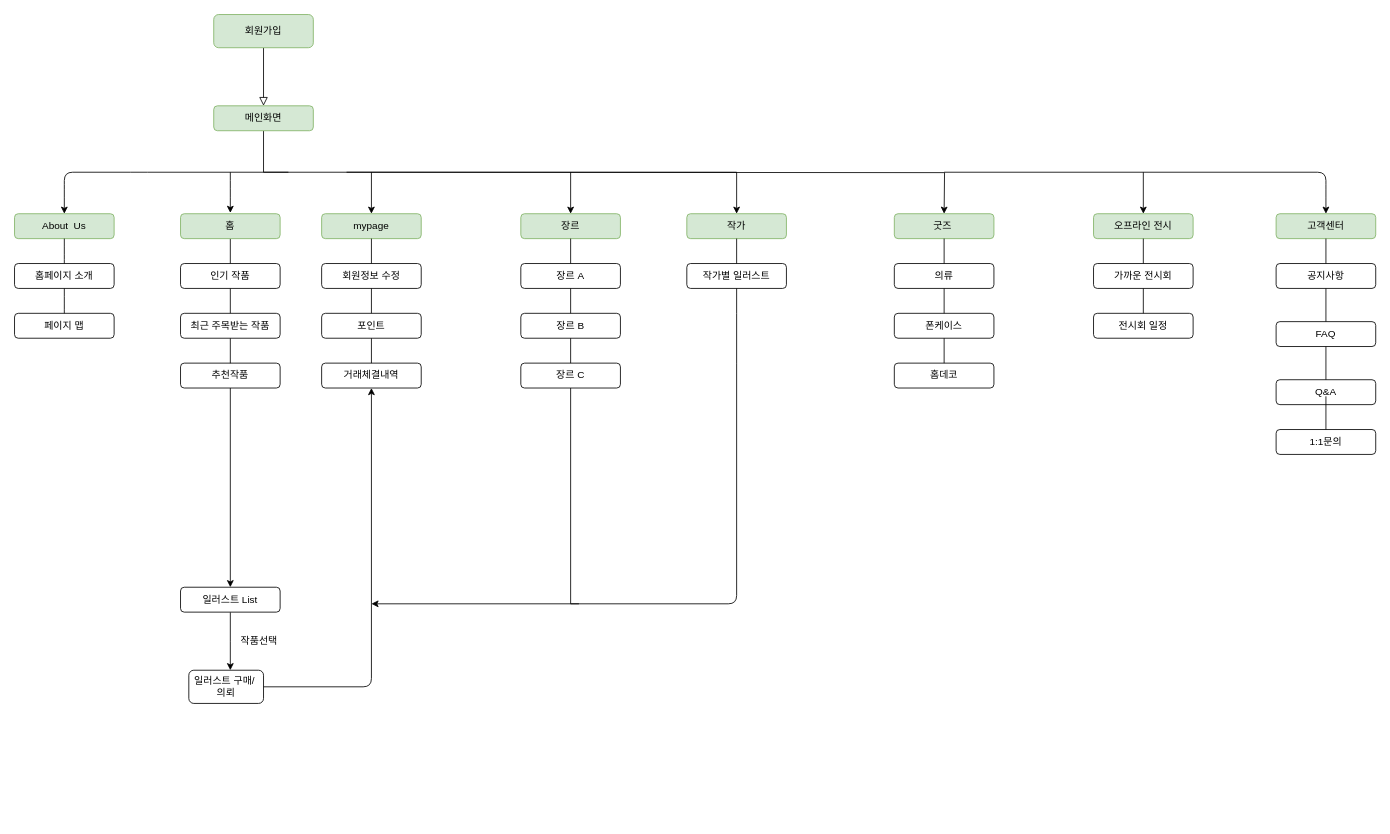
This is 일러스트거래웹flowchart01.drawio from hek316/temp, a draw.io file, before an edit. Source tidied: cells renumbered, new cells numbered last; positions are measured from the earlier drawing's top-left corner, leaving out a move shared by most shapes. Both pictures are drawn from the tidied source at 83%, with x=0, y=0 at pixel (14, 14).
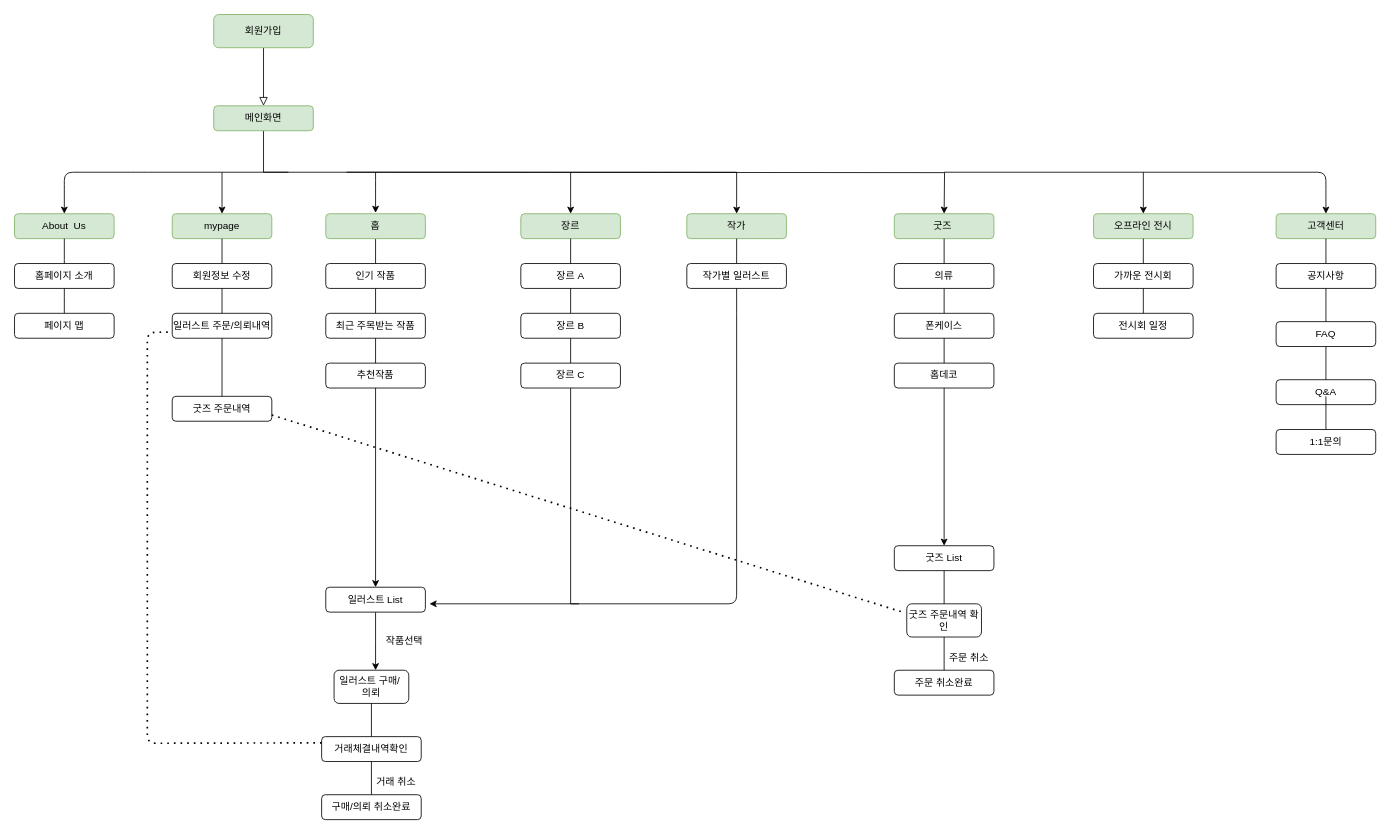
The same page after the edit.

Commit message:
Update 일러스트거래웹flowchart01.drawio

What changed in the source:
```diff
@@
     <mxCell id="10" value="홈" style="rounded=1;whiteSpace=wrap;html=1;fontSize=12;glass=0;strokeWidth=1;shadow=0;fillColor=#d5e8d4;strokeColor=#82b366;" parent="1" vertex="1">
-      <mxGeometry x="200" y="240" width="120" height="30" as="geometry" />
+      <mxGeometry x="375" y="240" width="120" height="30" as="geometry" />
     </mxCell>
@@
     <mxCell id="12" style="endArrow=classic;html=1;" parent="1" edge="1">
       <mxGeometry relative="1" as="geometry">
-        <mxPoint x="430" y="190" as="sourcePoint" />
-        <mxPoint x="430" y="240" as="targetPoint" />
+        <mxPoint x="250" y="190" as="sourcePoint" />
+        <mxPoint x="250" y="240" as="targetPoint" />
       </mxGeometry>
     </mxCell>
     <mxCell id="13" value="mypage" style="rounded=1;whiteSpace=wrap;html=1;fontSize=12;glass=0;strokeWidth=1;shadow=0;fillColor=#d5e8d4;strokeColor=#82b366;" parent="1" vertex="1">
-      <mxGeometry x="370" y="240" width="120" height="30" as="geometry" />
+      <mxGeometry x="190" y="240" width="120" height="30" as="geometry" />
     </mxCell>
     <mxCell id="14" style="edgeStyle=orthogonalEdgeStyle;rounded=0;jettySize=auto;html=1;" parent="1" edge="1" source="15">
       <mxGeometry relative="1" as="geometry">
-        <mxPoint x="260" y="790" as="targetPoint" />
+        <mxPoint x="435" y="790" as="targetPoint" />
       </mxGeometry>
     </mxCell>
     <mxCell id="15" value="일러스트 List" style="rounded=1;whiteSpace=wrap;html=1;fontSize=12;glass=0;strokeWidth=1;shadow=0;" parent="1" vertex="1">
-      <mxGeometry x="200" y="690" width="120" height="30" as="geometry" />
+      <mxGeometry x="375" y="690" width="120" height="30" as="geometry" />
     </mxCell>
-    <mxCell id="16" style="endArrow=none;html=1;" parent="1" edge="1">
-      <mxGeometry relative="1" as="geometry">
-        <mxPoint x="430" y="310" as="sourcePoint" />
-        <mxPoint x="430" y="270" as="targetPoint" />
-      </mxGeometry>
-    </mxCell>
     <mxCell id="17" value="회원정보 수정" style="rounded=1;whiteSpace=wrap;html=1;fontSize=12;glass=0;strokeWidth=1;shadow=0;" parent="1" vertex="1">
-      <mxGeometry x="370" y="300" width="120" height="30" as="geometry" />
+      <mxGeometry x="190" y="300" width="120" height="30" as="geometry" />
     </mxCell>
-    <mxCell id="18" value="거래체결내역" style="rounded=1;whiteSpace=wrap;html=1;fontSize=12;glass=0;strokeWidth=1;shadow=0;" parent="1" vertex="1">
-      <mxGeometry x="370" y="420" width="120" height="30" as="geometry" />
-    </mxCell>
-    <mxCell id="19" style="endArrow=none;html=1;entryX=0.5;entryY=1;entryDx=0;entryDy=0;exitX=0.5;exitY=0;exitDx=0;exitDy=0;" parent="1" edge="1" source="18" target="17">
-      <mxGeometry relative="1" as="geometry" />
-    </mxCell>
     <mxCell id="20" value="작품선택" style="text;html=1;strokeColor=none;fillColor=none;align=center;verticalAlign=middle;whiteSpace=wrap;rounded=0;" parent="1" vertex="1">
-      <mxGeometry x="240" y="750" width="110" height="10" as="geometry" />
+      <mxGeometry x="415" y="750" width="110" height="10" as="geometry" />
     </mxCell>
@@
     <mxCell id="23" value="일러스트 구매/&amp;nbsp; 의뢰" style="rounded=1;whiteSpace=wrap;html=1;fontSize=12;glass=0;strokeWidth=1;shadow=0;" parent="1" vertex="1">
-      <mxGeometry x="210" y="790" width="90" height="40" as="geometry" />
+      <mxGeometry x="385" y="790" width="90" height="40" as="geometry" />
     </mxCell>
-    <mxCell id="24" value="포인트" style="rounded=1;whiteSpace=wrap;html=1;fontSize=12;glass=0;strokeWidth=1;shadow=0;" parent="1" vertex="1">
-      <mxGeometry x="370" y="360" width="120" height="30" as="geometry" />
+    <mxCell id="24" value="일러스트 주문/의뢰내역" style="rounded=1;whiteSpace=wrap;html=1;fontSize=12;glass=0;strokeWidth=1;shadow=0;" parent="1" vertex="1">
+      <mxGeometry x="190" y="360" width="120" height="30" as="geometry" />
     </mxCell>
@@
     <mxCell id="26" style="endArrow=classic;html=1;" parent="1" edge="1">
       <mxGeometry relative="1" as="geometry">
-        <mxPoint x="260" y="190" as="sourcePoint" />
-        <mxPoint x="260" y="239" as="targetPoint" />
+        <mxPoint x="435" y="190" as="sourcePoint" />
+        <mxPoint x="435" y="239" as="targetPoint" />
         <Array as="points">
-          <mxPoint x="260" y="210" />
+          <mxPoint x="435" y="210" />
         </Array>
       </mxGeometry>
     </mxCell>
@@
     <mxCell id="40" value="인기 작품" style="rounded=1;whiteSpace=wrap;html=1;fontSize=12;glass=0;strokeWidth=1;shadow=0;" parent="1" vertex="1">
-      <mxGeometry x="200" y="300" width="120" height="30" as="geometry" />
+      <mxGeometry x="375" y="300" width="120" height="30" as="geometry" />
     </mxCell>
     <mxCell id="41" value="최근 주목받는 작품" style="rounded=1;whiteSpace=wrap;html=1;fontSize=12;glass=0;strokeWidth=1;shadow=0;" parent="1" vertex="1">
-      <mxGeometry x="200" y="360" width="120" height="30" as="geometry" />
+      <mxGeometry x="375" y="360" width="120" height="30" as="geometry" />
     </mxCell>
     <mxCell id="42" value="추천작품" style="rounded=1;whiteSpace=wrap;html=1;fontSize=12;glass=0;strokeWidth=1;shadow=0;" parent="1" vertex="1">
-      <mxGeometry x="200" y="420" width="120" height="30" as="geometry" />
+      <mxGeometry x="375" y="420" width="120" height="30" as="geometry" />
     </mxCell>
@@
-    <mxCell id="56" style="endArrow=classic;html=1;exitX=1;exitY=0.5;exitDx=0;exitDy=0;entryX=0.5;entryY=1;entryDx=0;entryDy=0;" parent="1" edge="1" source="23" target="18">
-      <mxGeometry relative="1" as="geometry">
-        <Array as="points">
-          <mxPoint x="430" y="810" />
-        </Array>
-      </mxGeometry>
-    </mxCell>
@@
     <mxCell id="58" style="endArrow=classic;html=1;" parent="1" edge="1">
       <mxGeometry relative="1" as="geometry">
         <mxPoint x="680" y="710" as="sourcePoint" />
-        <mxPoint x="430" y="710" as="targetPoint" />
+        <mxPoint x="500" y="710" as="targetPoint" />
       </mxGeometry>
     </mxCell>
@@
+    <mxCell id="70" value="거래체결내역확인" style="rounded=1;whiteSpace=wrap;html=1;fontSize=12;glass=0;strokeWidth=1;shadow=0;" parent="1" vertex="1">
+      <mxGeometry x="370" y="870" width="120" height="30" as="geometry" />
+    </mxCell>
+    <mxCell id="71" style="endArrow=none;html=1;" parent="1" edge="1">
+      <mxGeometry relative="1" as="geometry">
+        <mxPoint x="430" y="830" as="sourcePoint" />
+        <mxPoint x="430" y="870" as="targetPoint" />
+      </mxGeometry>
+    </mxCell>
+    <mxCell id="72" style="endArrow=none;html=1;entryX=0.5;entryY=1;entryDx=0;entryDy=0;" parent="1" edge="1" target="13">
+      <mxGeometry relative="1" as="geometry">
+        <mxPoint x="250" y="300" as="sourcePoint" />
+      </mxGeometry>
+    </mxCell>
+    <mxCell id="73" style="endArrow=none;html=1;entryX=0.5;entryY=1;entryDx=0;entryDy=0;exitX=0.5;exitY=0;exitDx=0;exitDy=0;" parent="1" edge="1" source="24" target="17">
+      <mxGeometry relative="1" as="geometry" />
+    </mxCell>
+    <mxCell id="74" style="endArrow=none;html=1;entryX=0.5;entryY=1;entryDx=0;entryDy=0;" parent="1" edge="1" target="24">
+      <mxGeometry relative="1" as="geometry">
+        <mxPoint x="250" y="450" as="sourcePoint" />
+      </mxGeometry>
+    </mxCell>
+    <mxCell id="75" value="굿즈 주문내역" style="rounded=1;whiteSpace=wrap;html=1;fontSize=12;glass=0;strokeWidth=1;shadow=0;" parent="1" vertex="1">
+      <mxGeometry x="190" y="460" width="120" height="30" as="geometry" />
+    </mxCell>
+    <mxCell id="76" style="endArrow=none;html=1;entryX=0.5;entryY=1;entryDx=0;entryDy=0;exitX=0.5;exitY=0;exitDx=0;exitDy=0;" parent="1" edge="1" source="75">
+      <mxGeometry relative="1" as="geometry">
+        <mxPoint x="250" y="450" as="targetPoint" />
+      </mxGeometry>
+    </mxCell>
+    <mxCell id="77" value="구매/의뢰 취소완료" style="rounded=1;whiteSpace=wrap;html=1;fontSize=12;glass=0;strokeWidth=1;shadow=0;" parent="1" vertex="1">
+      <mxGeometry x="370" y="940" width="120" height="30" as="geometry" />
+    </mxCell>
+    <mxCell id="78" style="endArrow=none;html=1;exitX=0.5;exitY=1;exitDx=0;exitDy=0;entryX=0.5;entryY=0;entryDx=0;entryDy=0;" parent="1" edge="1" source="70" target="77">
+      <mxGeometry relative="1" as="geometry" />
+    </mxCell>
+    <mxCell id="79" value="거래 취소" style="text;html=1;strokeColor=none;fillColor=none;align=center;verticalAlign=middle;whiteSpace=wrap;rounded=0;" parent="1" vertex="1">
+      <mxGeometry x="405" y="920" width="110" height="10" as="geometry" />
+    </mxCell>
+    <mxCell id="80" value="굿즈 List" style="rounded=1;whiteSpace=wrap;html=1;fontSize=12;glass=0;strokeWidth=1;shadow=0;" parent="1" vertex="1">
+      <mxGeometry x="1060" y="640" width="120" height="30" as="geometry" />
+    </mxCell>
+    <mxCell id="81" style="endArrow=classic;html=1;entryX=0.5;entryY=0;entryDx=0;entryDy=0;" parent="1" edge="1" target="80">
+      <mxGeometry relative="1" as="geometry">
+        <mxPoint x="1120" y="450" as="sourcePoint" />
+      </mxGeometry>
+    </mxCell>
+    <mxCell id="82" value="굿즈 주문내역 확인" style="rounded=1;whiteSpace=wrap;html=1;fontSize=12;glass=0;strokeWidth=1;shadow=0;" parent="1" vertex="1">
+      <mxGeometry x="1075" y="710" width="90" height="40" as="geometry" />
+    </mxCell>
+    <mxCell id="83" value="주문 취소완료" style="rounded=1;whiteSpace=wrap;html=1;fontSize=12;glass=0;strokeWidth=1;shadow=0;" parent="1" vertex="1">
+      <mxGeometry x="1060" y="790" width="120" height="30" as="geometry" />
+    </mxCell>
+    <mxCell id="84" style="endArrow=none;html=1;exitX=0.5;exitY=1;exitDx=0;exitDy=0;entryX=0.5;entryY=0;entryDx=0;entryDy=0;" parent="1" edge="1" target="83">
+      <mxGeometry relative="1" as="geometry">
+        <mxPoint x="1120" y="750" as="sourcePoint" />
+      </mxGeometry>
+    </mxCell>
+    <mxCell id="85" value="주문 취소" style="text;html=1;strokeColor=none;fillColor=none;align=center;verticalAlign=middle;whiteSpace=wrap;rounded=0;" parent="1" vertex="1">
+      <mxGeometry x="1095" y="770" width="110" height="10" as="geometry" />
+    </mxCell>
+    <mxCell id="86" style="endArrow=none;html=1;exitX=0.5;exitY=1;exitDx=0;exitDy=0;" parent="1" edge="1" source="80" target="82">
+      <mxGeometry relative="1" as="geometry" />
+    </mxCell>
+    <mxCell id="87" style="endArrow=none;dashed=1;html=1;dashPattern=1 3;strokeWidth=2;exitX=1;exitY=0.75;exitDx=0;exitDy=0;" parent="1" edge="1" source="75">
+      <mxGeometry relative="1" as="geometry">
+        <mxPoint x="1070" y="720" as="targetPoint" />
+      </mxGeometry>
+    </mxCell>
+    <mxCell id="88" style="endArrow=none;dashed=1;html=1;dashPattern=1 3;strokeWidth=2;entryX=0;entryY=0.75;entryDx=0;entryDy=0;exitX=0;exitY=0.25;exitDx=0;exitDy=0;" parent="1" edge="1" source="70" target="24">
+      <mxGeometry relative="1" as="geometry">
+        <Array as="points">
+          <mxPoint x="160" y="878" />
+          <mxPoint x="160" y="383" />
+        </Array>
+      </mxGeometry>
+    </mxCell>
```
